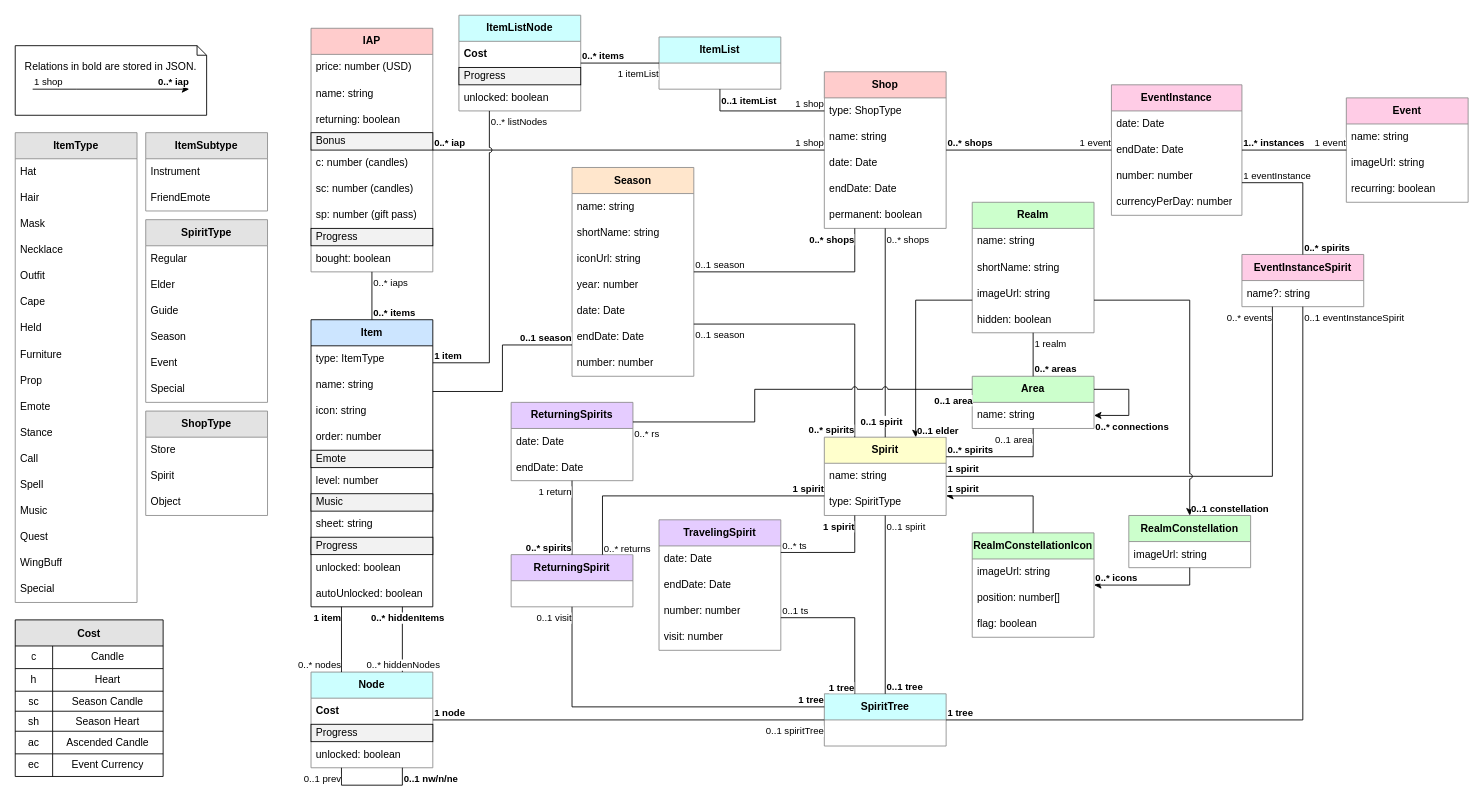
The draw.io diagram diagrams/SkyPlannerData.drawio in Silverfeelin/SkyGame-Planner, before the edit. Source tidied: cells renumbered, new cells numbered last; positions are measured from the earlier drawing's top-left corner, leaving out a move shared by most shapes. Both pictures are drawn from the tidied source at 87%, with x=0, y=0 at pixel (15, 15).
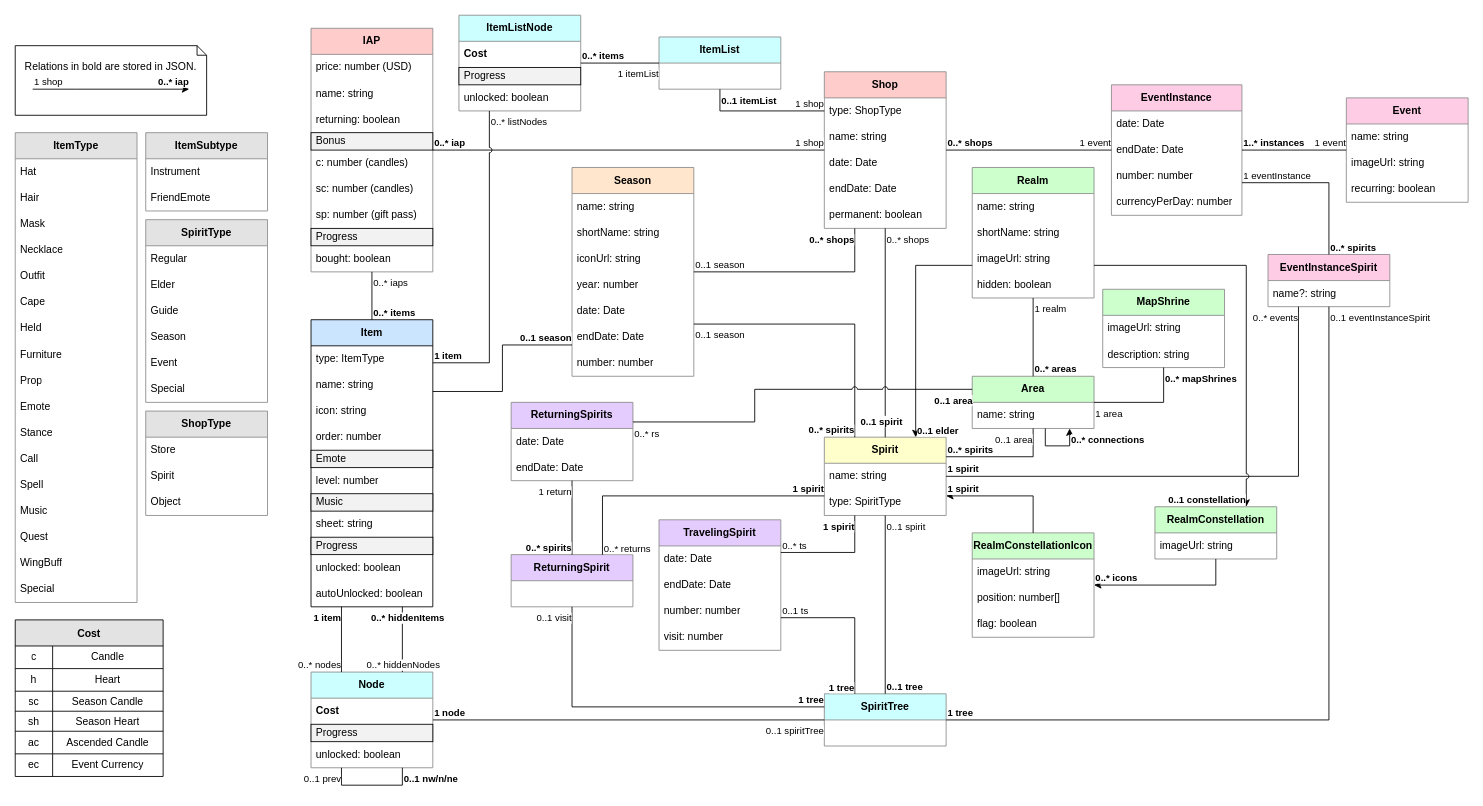
The same diagram, later.

The change refers to these unchanged cells:
```xml
<mxCell id="46" value="Area" style="swimlane;fontStyle=1;horizontal=1;startSize=30;whiteSpace=wrap;html=1;fillStyle=auto;strokeColor=#8C8C8C;fillColor=#CCFFCC;" parent="1" vertex="1">
  <mxGeometry x="1100" y="415" width="140" height="60" as="geometry" />
</mxCell>
```

Change to the diagram source:
```diff
@@
     <mxCell id="48" value="Realm" style="swimlane;fontStyle=1;horizontal=1;startSize=30;whiteSpace=wrap;html=1;fillStyle=auto;strokeColor=#8C8C8C;fillColor=#CCFFCC;" parent="1" vertex="1">
-      <mxGeometry x="1100" y="215" width="140" height="150" as="geometry" />
+      <mxGeometry x="1100" y="175" width="140" height="150" as="geometry" />
     </mxCell>
@@
     <mxCell id="131" value="EventInstanceSpirit" style="swimlane;fontStyle=1;horizontal=1;startSize=30;whiteSpace=wrap;html=1;fillStyle=auto;strokeColor=#8C8C8C;fillColor=#FFCCE6;" parent="1" vertex="1">
-      <mxGeometry x="1410" y="275" width="140" height="60" as="geometry" />
+      <mxGeometry x="1440" y="275" width="140" height="60" as="geometry" />
     </mxCell>
@@
     <mxCell id="230" value="RealmConstellation" style="swimlane;fontStyle=1;horizontal=1;startSize=30;whiteSpace=wrap;html=1;fillStyle=auto;strokeColor=#8C8C8C;fillColor=#CCFFCC;" parent="1" vertex="1">
-      <mxGeometry x="1280" y="575" width="140" height="60" as="geometry" />
+      <mxGeometry x="1310" y="565" width="140" height="60" as="geometry" />
     </mxCell>
@@
-    <mxCell id="236" style="endArrow=none;html=1;rounded=0;edgeStyle=orthogonalEdgeStyle;elbow=vertical;endFill=0;entryX=1;entryY=0.75;entryDx=0;entryDy=0;exitX=0.5;exitY=0;exitDx=0;exitDy=0;jumpStyle=arc;startArrow=classic;startFill=1;" parent="1" edge="1" source="230" target="48">
-      <mxGeometry relative="1" as="geometry" />
+    <mxCell id="236" style="endArrow=none;html=1;rounded=0;edgeStyle=orthogonalEdgeStyle;elbow=vertical;endFill=0;entryX=1;entryY=0.75;entryDx=0;entryDy=0;exitX=0.75;exitY=0;exitDx=0;exitDy=0;jumpStyle=arc;startArrow=classic;startFill=1;" parent="1" edge="1" source="230" target="48">
+      <mxGeometry relative="1" as="geometry">
+        <Array as="points">
+          <mxPoint x="1415" y="288" />
+        </Array>
+      </mxGeometry>
     </mxCell>
@@
-    <mxCell id="238" value="0..1 constellation" style="edgeLabel;html=1;align=left;verticalAlign=bottom;fillStyle=auto;strokeColor=#8C8C8C;fillColor=#E3E3E3;fontStyle=1;" parent="236" vertex="1">
+    <mxCell id="238" value="0..1 constellation" style="edgeLabel;html=1;align=right;verticalAlign=bottom;fillStyle=auto;strokeColor=#8C8C8C;fillColor=#E3E3E3;fontStyle=1;" parent="236" vertex="1">
       <mxGeometry x="-1" relative="1" as="geometry" />
     </mxCell>
@@
-    <mxCell id="265" style="endArrow=none;html=1;rounded=0;edgeStyle=orthogonalEdgeStyle;elbow=vertical;endFill=0;entryX=1;entryY=0.25;entryDx=0;entryDy=0;jumpStyle=arc;startArrow=classic;startFill=1;exitX=1;exitY=0.75;exitDx=0;exitDy=0;" parent="1" edge="1" source="46" target="46">
+    <mxCell id="265" style="endArrow=none;html=1;rounded=0;edgeStyle=orthogonalEdgeStyle;elbow=vertical;endFill=0;entryX=0.6;entryY=1;entryDx=0;entryDy=0;jumpStyle=arc;startArrow=classic;startFill=1;exitX=0.8;exitY=1;exitDx=0;exitDy=0;" parent="1" edge="1" source="46" target="46">
       <mxGeometry relative="1" as="geometry">
         <Array as="points">
-          <mxPoint x="1280" y="460" />
-          <mxPoint x="1280" y="430" />
+          <mxPoint x="1212" y="495" />
+          <mxPoint x="1184" y="495" />
         </Array>
       </mxGeometry>
     </mxCell>
@@
+    <mxCell id="269" value="MapShrine" style="swimlane;fontStyle=1;horizontal=1;startSize=30;whiteSpace=wrap;html=1;fillStyle=auto;strokeColor=#8C8C8C;fillColor=#CCFFCC;" parent="1" vertex="1">
+      <mxGeometry x="1250" y="315" width="140" height="90" as="geometry" />
+    </mxCell>
+    <mxCell id="270" value="imageUrl: string" style="text;strokeColor=none;fillColor=none;align=left;verticalAlign=middle;spacingLeft=4;spacingRight=4;overflow=hidden;whiteSpace=wrap;html=1;fillStyle=auto;" parent="269" vertex="1">
+      <mxGeometry y="30" width="140" height="30" as="geometry" />
+    </mxCell>
+    <mxCell id="271" value="description: string" style="text;strokeColor=none;fillColor=none;align=left;verticalAlign=middle;spacingLeft=4;spacingRight=4;overflow=hidden;whiteSpace=wrap;html=1;fillStyle=auto;" parent="269" vertex="1">
+      <mxGeometry y="60" width="140" height="30" as="geometry" />
+    </mxCell>
+    <mxCell id="272" style="endArrow=none;html=1;rounded=0;edgeStyle=orthogonalEdgeStyle;elbow=vertical;endFill=0;exitX=1;exitY=0.5;exitDx=0;exitDy=0;entryX=0.5;entryY=1;entryDx=0;entryDy=0;" parent="1" edge="1" source="46" target="269">
+      <mxGeometry relative="1" as="geometry" />
+    </mxCell>
+    <mxCell id="273" value="&lt;br&gt;" style="edgeLabel;html=1;align=center;verticalAlign=middle;fillStyle=auto;strokeColor=#8C8C8C;fillColor=#E3E3E3;" parent="272" vertex="1">
+      <mxGeometry relative="1" as="geometry" />
+    </mxCell>
+    <mxCell id="274" value="1 area" style="edgeLabel;html=1;align=left;verticalAlign=top;fillStyle=auto;strokeColor=#8C8C8C;fillColor=#E3E3E3;" parent="272" vertex="1">
+      <mxGeometry x="-1" relative="1" as="geometry" />
+    </mxCell>
+    <mxCell id="275" value="0..* mapShrines" style="edgeLabel;html=1;align=left;verticalAlign=top;fillStyle=auto;strokeColor=#8C8C8C;fillColor=#E3E3E3;fontStyle=1;" parent="272" vertex="1">
+      <mxGeometry x="1" relative="1" as="geometry" />
+    </mxCell>
```
